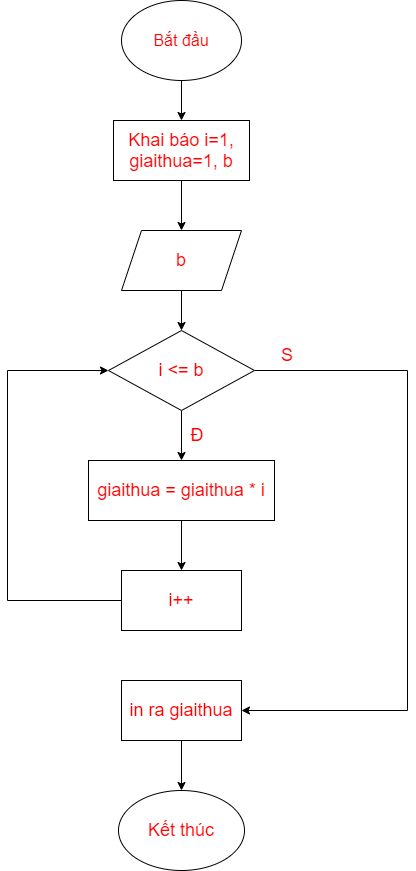
The draw.io diagram lưu đồ bài 10.png in CorpseK/noobmaster69, before a commit. Source tidied: cells renumbered, new cells last; positions are measured from the earlier drawing's top-left corner, leaving out a move shared by most shapes.
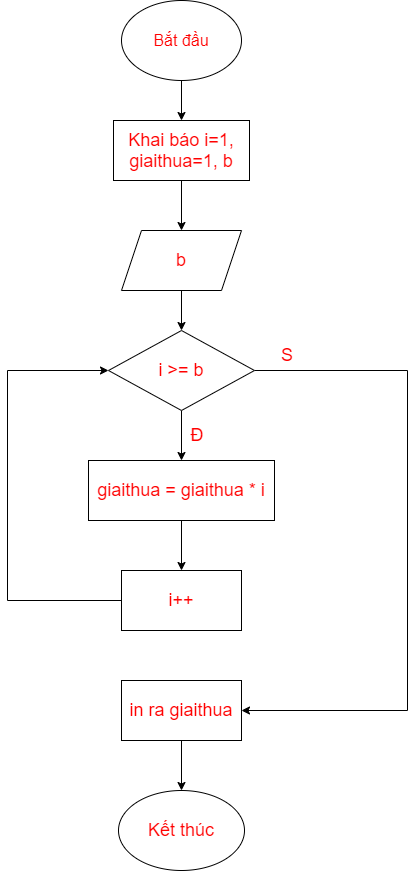
After the change.

What changed in the source:
```diff
@@ -31,7 +31,7 @@
         </Array>
       </mxGeometry>
     </mxCell>
-    <mxCell id="10" value="i &amp;lt;= b" style="rhombus;whiteSpace=wrap;html=1;fontSize=18;fontColor=#FF0000;" parent="1" vertex="1">
+    <mxCell id="10" value="i &amp;gt;= b" style="rhombus;whiteSpace=wrap;html=1;fontSize=18;fontColor=#FF0000;" parent="1" vertex="1">
       <mxGeometry x="101" y="330" width="146" height="80" as="geometry" />
     </mxCell>
     <mxCell id="11" value="Đ" style="text;html=1;strokeColor=none;fillColor=none;align=center;verticalAlign=middle;whiteSpace=wrap;rounded=0;fontSize=18;fontColor=#FF0000;" parent="1" vertex="1">
```
